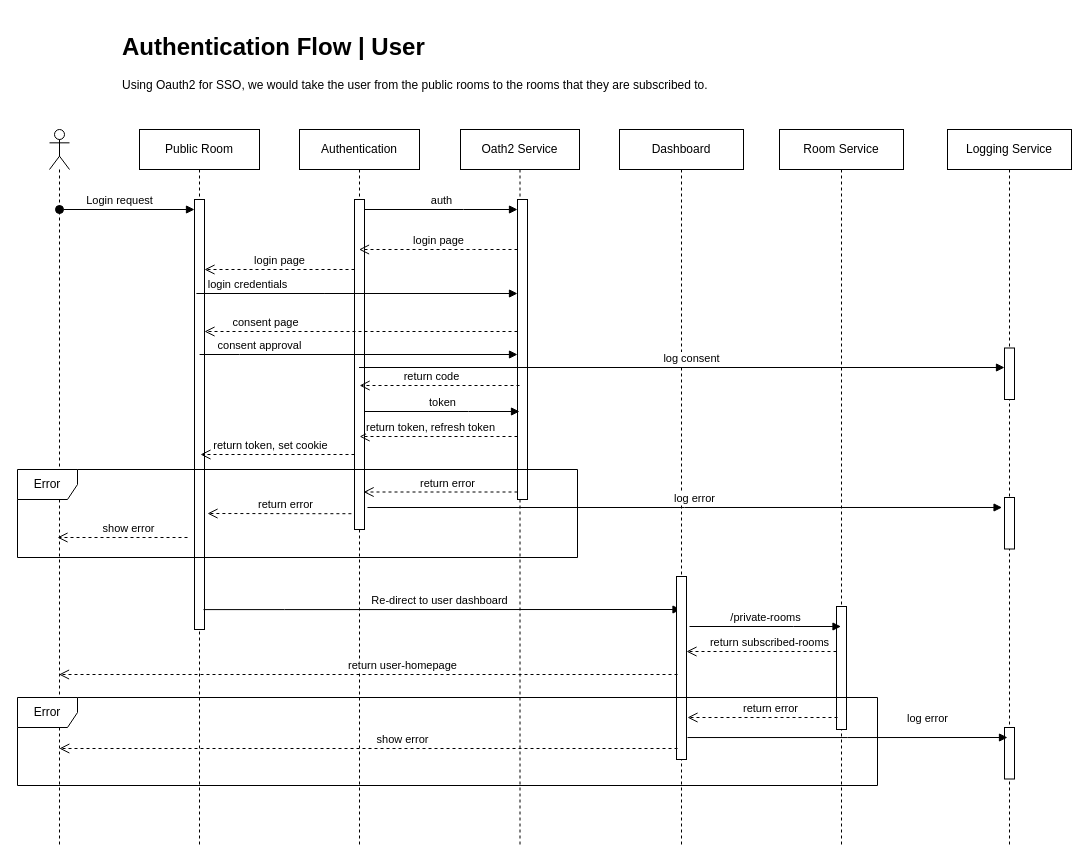
The draw.io diagram page "Authentication Flow | User" (3 of 8) of docs/assets/Sequence Diagram.drawio in akshayvijaynair/music-academy-docs, before the edit. Source tidied: cells renumbered, new cells numbered last; positions are measured from the earlier drawing's top-left corner, leaving out a move shared by most shapes. Both pictures are drawn from the tidied source at 100%, with x=0, y=0 at pixel (17, 27).
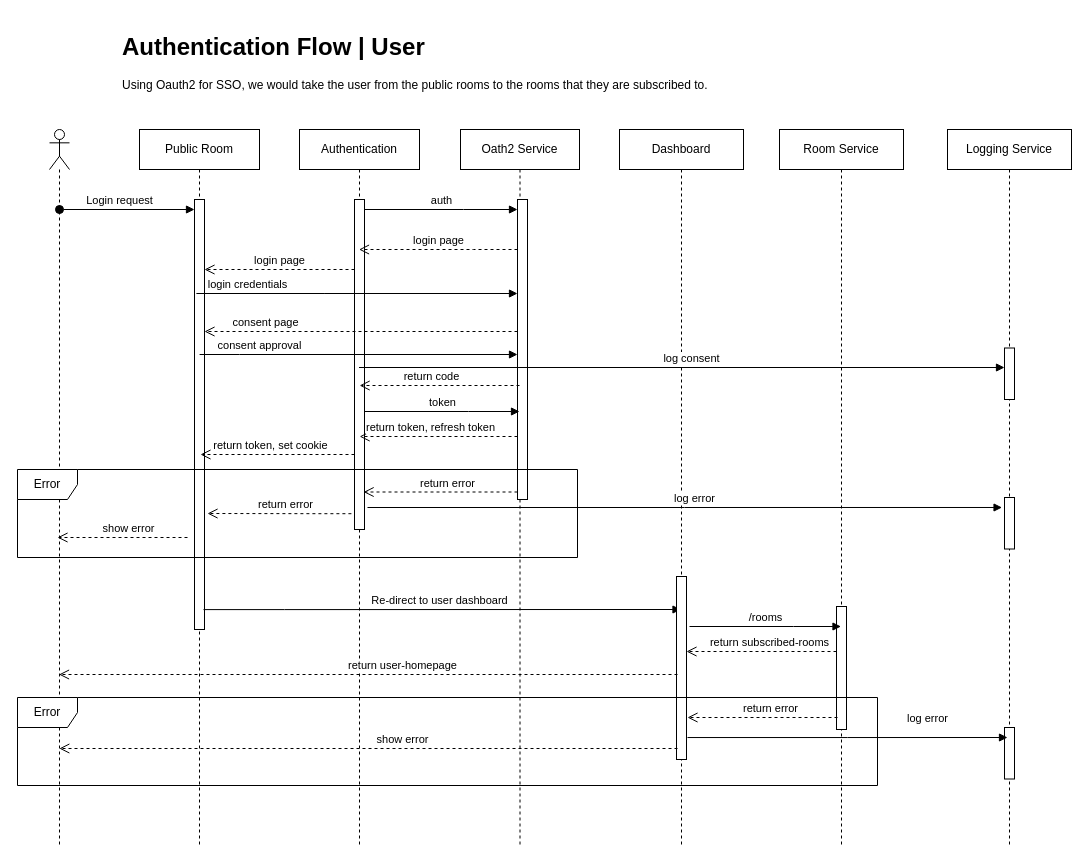
The same page after the edit.

Change to the diagram source:
```diff
@@
-    <mxCell id="25" value="/private-rooms" style="html=1;verticalAlign=bottom;endArrow=block;edgeStyle=elbowEdgeStyle;elbow=horizontal;curved=0;rounded=0;" parent="1" edge="1">
+    <mxCell id="25" value="/rooms" style="html=1;verticalAlign=bottom;endArrow=block;edgeStyle=elbowEdgeStyle;elbow=horizontal;curved=0;rounded=0;" parent="1" edge="1">
       <mxGeometry relative="1" as="geometry">
         <mxPoint x="672" y="599" as="sourcePoint" />
         <mxPoint x="823.5" y="599" as="targetPoint" />
         <Array as="points">
           <mxPoint x="776" y="629" />
         </Array>
       </mxGeometry>
     </mxCell>
```
